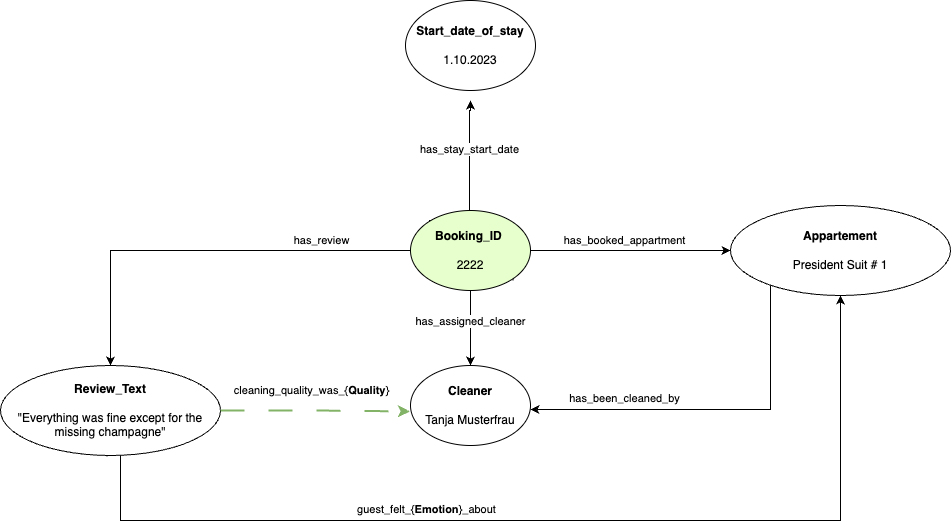
Above: drawings/KG_Architecture.png in dominik-pichler/Review_me_if_you_can (draw.io), before the change. Source tidied: cells renumbered, new cells last; positions are measured from the earlier drawing's top-left corner, leaving out a move shared by most shapes.
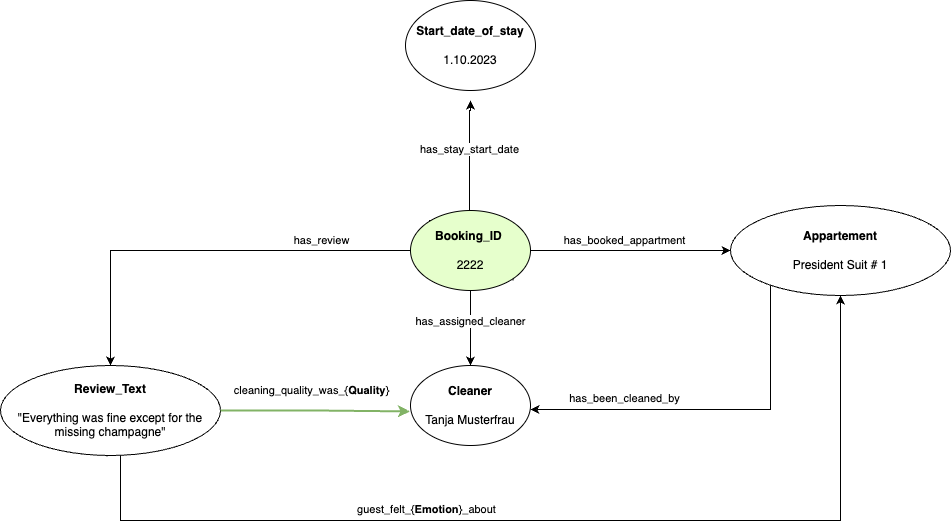
The same file after the commit.

Diff of the diagram source:
```diff
@@ -93,7 +93,7 @@
     <mxCell id="18" value="&lt;b&gt;Review_Text&lt;/b&gt;&lt;div&gt;&lt;br&gt;&lt;/div&gt;&lt;div&gt;&quot;Everything was fine except for the missing champagne&quot;&lt;/div&gt;" style="ellipse;whiteSpace=wrap;html=1;" parent="1" vertex="1">
       <mxGeometry y="365" width="220" height="90" as="geometry" />
     </mxCell>
-    <mxCell id="19" style="edgeStyle=orthogonalEdgeStyle;rounded=0;jettySize=auto;html=1;exitX=1;exitY=0.5;exitDx=0;exitDy=0;entryX=-0.005;entryY=0.574;entryDx=0;entryDy=0;entryPerimeter=0;strokeWidth=2;dashed=1;fillColor=#d5e8d4;strokeColor=#82b366;dashPattern=12 12;" parent="1" edge="1" source="18" target="12">
+    <mxCell id="19" style="edgeStyle=orthogonalEdgeStyle;rounded=0;jettySize=auto;html=1;exitX=1;exitY=0.5;exitDx=0;exitDy=0;entryX=-0.005;entryY=0.574;entryDx=0;entryDy=0;entryPerimeter=0;strokeWidth=2;fillColor=#d5e8d4;strokeColor=#82b366;" parent="1" edge="1" source="18" target="12">
       <mxGeometry relative="1" as="geometry" />
     </mxCell>
     <mxCell id="20" value="cleaning_quality_was_{&lt;b&gt;Quality&lt;/b&gt;}" style="edgeLabel;html=1;align=center;verticalAlign=middle;" parent="19" vertex="1">
```
